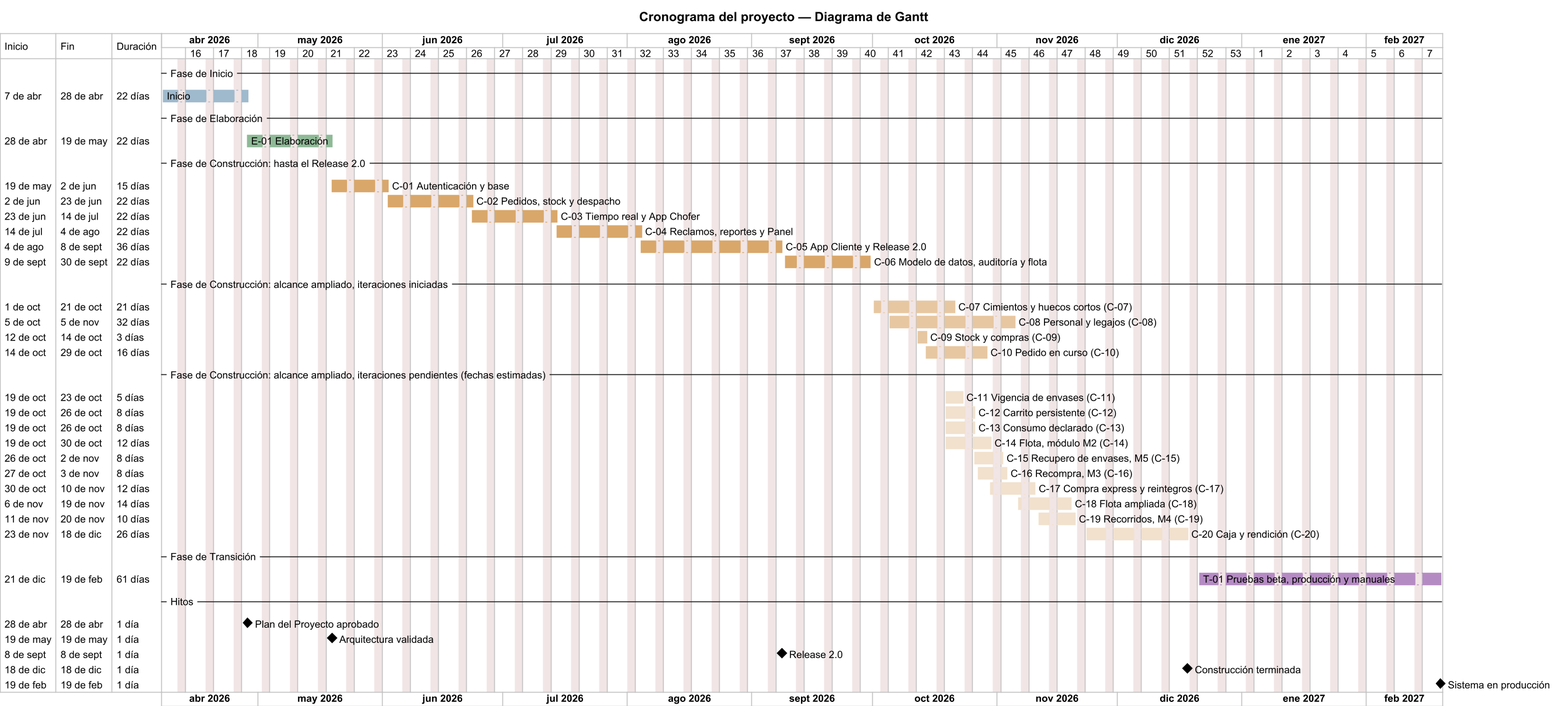
Earlier version of the PlantUML export diagramas/uml/UML_Gantt.png (Nahuelito-Dev/splg-docs).
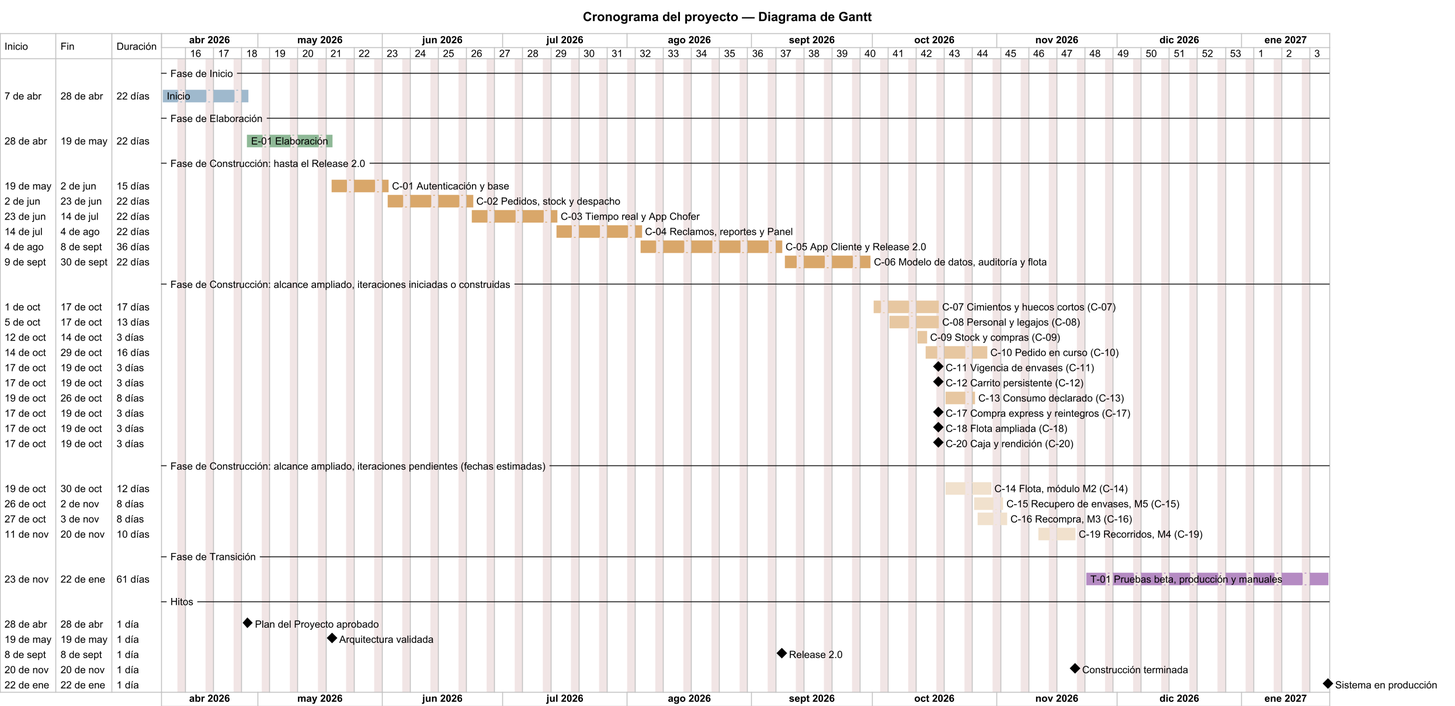
After the change.

Diff of the diagram source:
```diff
@@ -30,44 +30,39 @@
 [C04] is colored in #D9A66B
 [C05] is colored in #D9A66B
 [C06] is colored in #D9A66B
--- Fase de Construcción: alcance ampliado, iteraciones iniciadas --
-[C-07 Cimientos y huecos cortos (C-07)] as [C07] starts 2026-10-01 and ends 2026-10-21
-[C-08 Personal y legajos (C-08)] as [C08] starts 2026-10-04 and ends 2026-11-05
+-- Fase de Construcción: alcance ampliado, iteraciones iniciadas o construidas --
+[C-07 Cimientos y huecos cortos (C-07)] as [C07] starts 2026-10-01 and ends 2026-10-17
+[C-08 Personal y legajos (C-08)] as [C08] starts 2026-10-04 and ends 2026-10-17
 [C-09 Stock y compras (C-09)] as [C09] starts 2026-10-11 and ends 2026-10-14
 [C-10 Pedido en curso (C-10)] as [C10] starts 2026-10-14 and ends 2026-10-29
+[C-11 Vigencia de envases (C-11)] as [C11] happens 2026-10-17
+[C-12 Carrito persistente (C-12)] as [C12] happens 2026-10-17
+[C-13 Consumo declarado (C-13)] as [C13] starts 2026-10-17 and ends 2026-10-26
+[C-17 Compra express y reintegros (C-17)] as [C17] happens 2026-10-17
+[C-18 Flota ampliada (C-18)] as [C18] happens 2026-10-17
+[C-20 Caja y rendición (C-20)] as [C20] happens 2026-10-17
 [C07] is colored in #E6C7A0
 [C08] is colored in #E6C7A0
 [C09] is colored in #E6C7A0
 [C10] is colored in #E6C7A0
+[C13] is colored in #E6C7A0
 -- Fase de Construcción: alcance ampliado, iteraciones pendientes (fechas estimadas) --
-[C-11 Vigencia de envases (C-11)] as [C11] starts 2026-10-19 and ends 2026-10-23
-[C-12 Carrito persistente (C-12)] as [C12] starts 2026-10-19 and ends 2026-10-26
-[C-13 Consumo declarado (C-13)] as [C13] starts 2026-10-19 and ends 2026-10-26
 [C-14 Flota, módulo M2 (C-14)] as [C14] starts 2026-10-19 and ends 2026-10-30
 [C-15 Recupero de envases, M5 (C-15)] as [C15] starts 2026-10-26 and ends 2026-11-02
 [C-16 Recompra, M3 (C-16)] as [C16] starts 2026-10-27 and ends 2026-11-03
-[C-17 Compra express y reintegros (C-17)] as [C17] starts 2026-10-30 and ends 2026-11-10
-[C-18 Flota ampliada (C-18)] as [C18] starts 2026-11-06 and ends 2026-11-19
 [C-19 Recorridos, M4 (C-19)] as [C19] starts 2026-11-11 and ends 2026-11-20
-[C-20 Caja y rendición (C-20)] as [C20] starts 2026-11-23 and ends 2026-12-18
-[C11] is colored in #F0E1CC
-[C12] is colored in #F0E1CC
-[C13] is colored in #F0E1CC
 [C14] is colored in #F0E1CC
 [C15] is colored in #F0E1CC
 [C16] is colored in #F0E1CC
-[C17] is colored in #F0E1CC
-[C18] is colored in #F0E1CC
 [C19] is colored in #F0E1CC
-[C20] is colored in #F0E1CC
 -- Fase de Transición --
-[T-01 Pruebas beta, producción y manuales] as [T01] starts 2026-12-21 and ends 2027-02-19
+[T-01 Pruebas beta, producción y manuales] as [T01] starts 2026-11-23 and ends 2027-01-22
 [T01] is colored in #B58AC2
 
 -- Hitos --
 [Plan del Proyecto aprobado] happens 2026-04-28
 [Arquitectura validada] happens 2026-05-19
 [Release 2.0] happens 2026-09-08
-[Construcción terminada] happens 2026-12-18
-[Sistema en producción] happens 2027-02-19
+[Construcción terminada] happens 2026-11-20
+[Sistema en producción] happens 2027-01-22
 @endgantt
```
